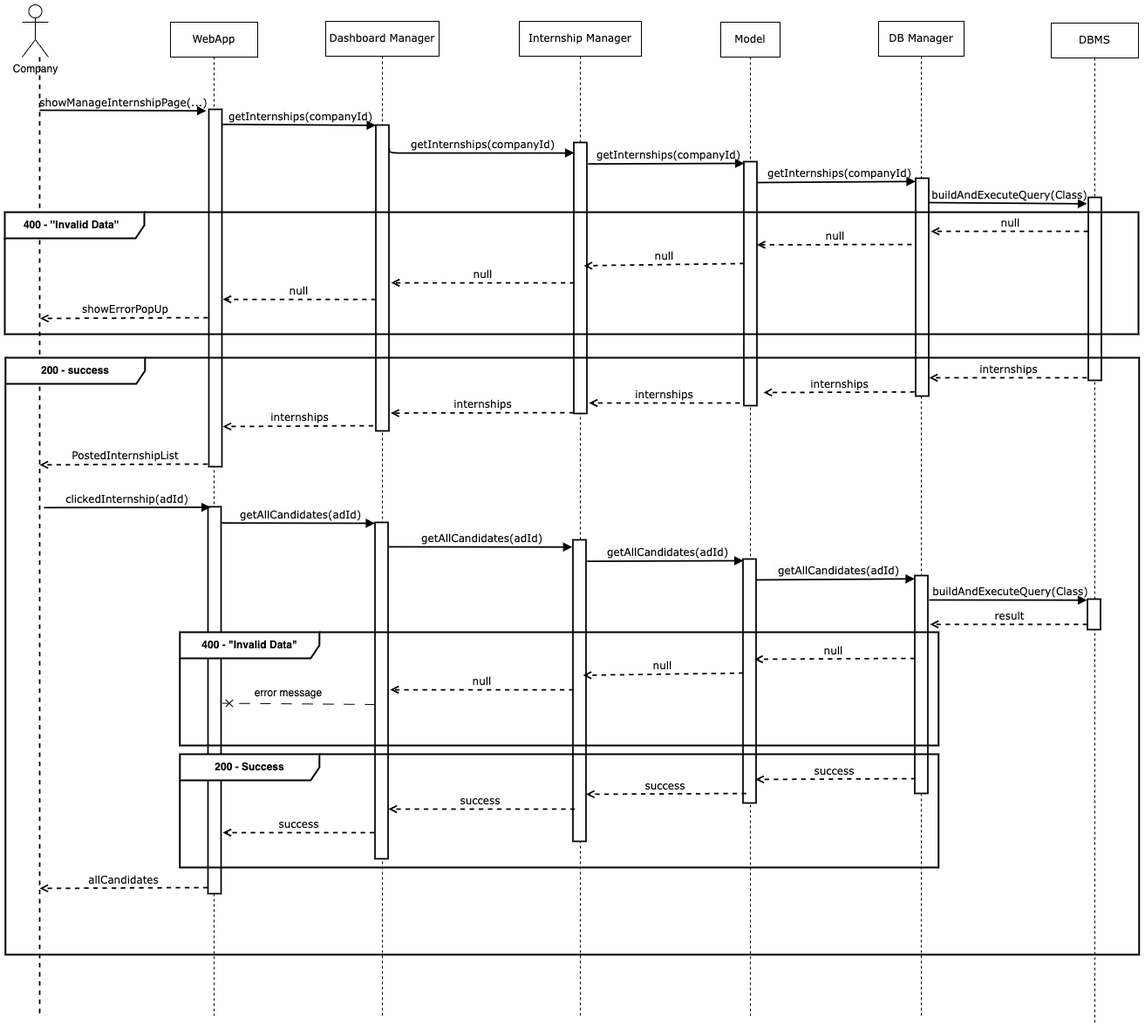
Before: DD_figures/RuntimeView/companyViewStudent.drawio.png, a diagram exported from draw.io (alesalv0/RattiSalvatoreYalcin). Source tidied: cells renumbered, new cells last; positions are measured from the earlier drawing's top-left corner, leaving out a move shared by most shapes.
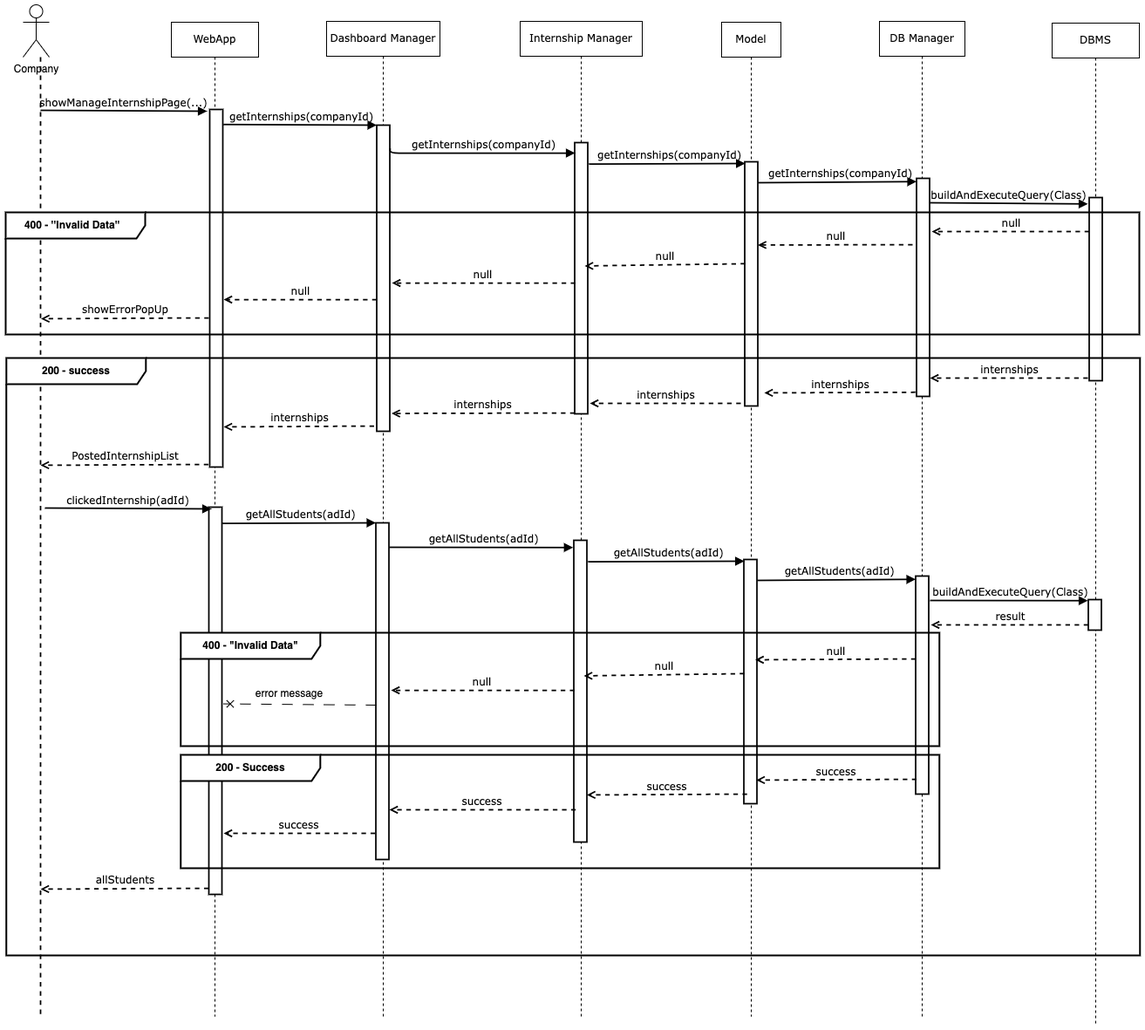
After the change.

The edit, as a diff of the source:
```diff
@@ -179,20 +179,20 @@
         <mxPoint x="236" y="577" as="targetPoint" />
       </mxGeometry>
     </mxCell>
-    <mxCell id="42" value="&amp;nbsp;getAllCandidates(adId)" style="html=1;verticalAlign=bottom;endArrow=block;labelBackgroundColor=none;fontFamily=Verdana;fontSize=12;edgeStyle=elbowEdgeStyle;elbow=vertical;strokeWidth=1.75;exitX=1.051;exitY=0.042;exitDx=0;exitDy=0;exitPerimeter=0;" parent="1" edge="1" source="40" target="35">
+    <mxCell id="42" value="&amp;nbsp;getAllStudents(adId)" style="html=1;verticalAlign=bottom;endArrow=block;labelBackgroundColor=none;fontFamily=Verdana;fontSize=12;edgeStyle=elbowEdgeStyle;elbow=vertical;strokeWidth=1.75;exitX=1.051;exitY=0.042;exitDx=0;exitDy=0;exitPerimeter=0;" parent="1" edge="1" source="40" target="35">
       <mxGeometry relative="1" as="geometry" />
     </mxCell>
-    <mxCell id="43" value="&lt;meta charset=&quot;utf-8&quot;&gt;&lt;span style=&quot;color: rgb(0, 0, 0); font-family: Verdana; font-size: 12px; font-style: normal; font-variant-ligatures: normal; font-variant-caps: normal; font-weight: 400; letter-spacing: normal; orphans: 2; text-align: center; text-indent: 0px; text-transform: none; widows: 2; word-spacing: 0px; -webkit-text-stroke-width: 0px; white-space: nowrap; background-color: rgb(251, 251, 251); text-decoration-thickness: initial; text-decoration-style: initial; text-decoration-color: initial; display: inline !important; float: none;&quot;&gt;&amp;nbsp;getAllCandidates(adId)&lt;/span&gt;" style="html=1;verticalAlign=bottom;endArrow=block;labelBackgroundColor=none;fontFamily=Verdana;fontSize=12;elbow=vertical;strokeWidth=1.75;entryX=-0.052;entryY=0.024;entryDx=0;entryDy=0;entryPerimeter=0;" parent="1" edge="1" target="36">
+    <mxCell id="43" value="&amp;nbsp;getAllStudents(adId)" style="html=1;verticalAlign=bottom;endArrow=block;labelBackgroundColor=none;fontFamily=Verdana;fontSize=12;elbow=vertical;strokeWidth=1.75;entryX=-0.052;entryY=0.024;entryDx=0;entryDy=0;entryPerimeter=0;" parent="1" edge="1" target="36">
       <mxGeometry relative="1" as="geometry">
         <mxPoint x="440" y="622" as="sourcePoint" />
       </mxGeometry>
     </mxCell>
-    <mxCell id="44" value="&lt;meta charset=&quot;utf-8&quot;&gt;&lt;span style=&quot;color: rgb(0, 0, 0); font-family: Verdana; font-size: 12px; font-style: normal; font-variant-ligatures: normal; font-variant-caps: normal; font-weight: 400; letter-spacing: normal; orphans: 2; text-align: center; text-indent: 0px; text-transform: none; widows: 2; word-spacing: 0px; -webkit-text-stroke-width: 0px; white-space: nowrap; background-color: rgb(251, 251, 251); text-decoration-thickness: initial; text-decoration-style: initial; text-decoration-color: initial; display: inline !important; float: none;&quot;&gt;&amp;nbsp;getAllCandidates(adId)&lt;/span&gt;" style="html=1;verticalAlign=bottom;endArrow=block;labelBackgroundColor=none;fontFamily=Verdana;fontSize=12;elbow=vertical;strokeWidth=1.75;exitX=1.092;exitY=0.081;exitDx=0;exitDy=0;exitPerimeter=0;entryX=0.038;entryY=0.007;entryDx=0;entryDy=0;entryPerimeter=0;" parent="1" edge="1" target="37">
+    <mxCell id="44" value="&amp;nbsp;getAllStudents(adId)" style="html=1;verticalAlign=bottom;endArrow=block;labelBackgroundColor=none;fontFamily=Verdana;fontSize=12;elbow=vertical;strokeWidth=1.75;exitX=1.092;exitY=0.081;exitDx=0;exitDy=0;exitPerimeter=0;entryX=0.038;entryY=0.007;entryDx=0;entryDy=0;entryPerimeter=0;" parent="1" edge="1" target="37">
       <mxGeometry x="0.01" relative="1" as="geometry">
         <mxPoint x="667.9" y="638.6" as="sourcePoint" />
       </mxGeometry>
     </mxCell>
-    <mxCell id="45" value="&lt;meta charset=&quot;utf-8&quot;&gt;&lt;span style=&quot;color: rgb(0, 0, 0); font-family: Verdana; font-size: 12px; font-style: normal; font-variant-ligatures: normal; font-variant-caps: normal; font-weight: 400; letter-spacing: normal; orphans: 2; text-align: center; text-indent: 0px; text-transform: none; widows: 2; word-spacing: 0px; -webkit-text-stroke-width: 0px; white-space: nowrap; background-color: rgb(251, 251, 251); text-decoration-thickness: initial; text-decoration-style: initial; text-decoration-color: initial; display: inline !important; float: none;&quot;&gt;&amp;nbsp;getAllCandidates(adId)&lt;/span&gt;" style="html=1;verticalAlign=bottom;endArrow=block;labelBackgroundColor=none;fontFamily=Verdana;fontSize=12;elbow=vertical;strokeWidth=1.75;entryX=0;entryY=0.015;entryDx=0;entryDy=0;entryPerimeter=0;" parent="1" edge="1" target="38">
+    <mxCell id="45" value="&amp;nbsp;getAllStudents(adId)" style="html=1;verticalAlign=bottom;endArrow=block;labelBackgroundColor=none;fontFamily=Verdana;fontSize=12;elbow=vertical;strokeWidth=1.75;entryX=0;entryY=0.015;entryDx=0;entryDy=0;entryPerimeter=0;" parent="1" edge="1" target="38">
       <mxGeometry x="0.01" relative="1" as="geometry">
         <mxPoint x="862" y="660" as="sourcePoint" />
       </mxGeometry>
@@ -262,7 +262,7 @@
         <mxPoint x="49.2" y="90" as="targetPoint" />
       </mxGeometry>
     </mxCell>
-    <mxCell id="59" value="allCandidates" style="html=1;verticalAlign=bottom;endArrow=open;dashed=1;labelBackgroundColor=none;fontFamily=Verdana;fontSize=12;elbow=vertical;strokeWidth=1.75;exitX=-0.081;exitY=0.942;exitDx=0;exitDy=0;exitPerimeter=0;" parent="50" edge="1">
+    <mxCell id="59" value="allStudents" style="html=1;verticalAlign=bottom;endArrow=open;dashed=1;labelBackgroundColor=none;fontFamily=Verdana;fontSize=12;elbow=vertical;strokeWidth=1.75;exitX=-0.081;exitY=0.942;exitDx=0;exitDy=0;exitPerimeter=0;" parent="50" edge="1">
       <mxGeometry x="0.01" relative="1" as="geometry">
         <mxPoint x="231.9" y="608" as="sourcePoint" />
         <mxPoint x="39.2" y="609" as="targetPoint" />
```
